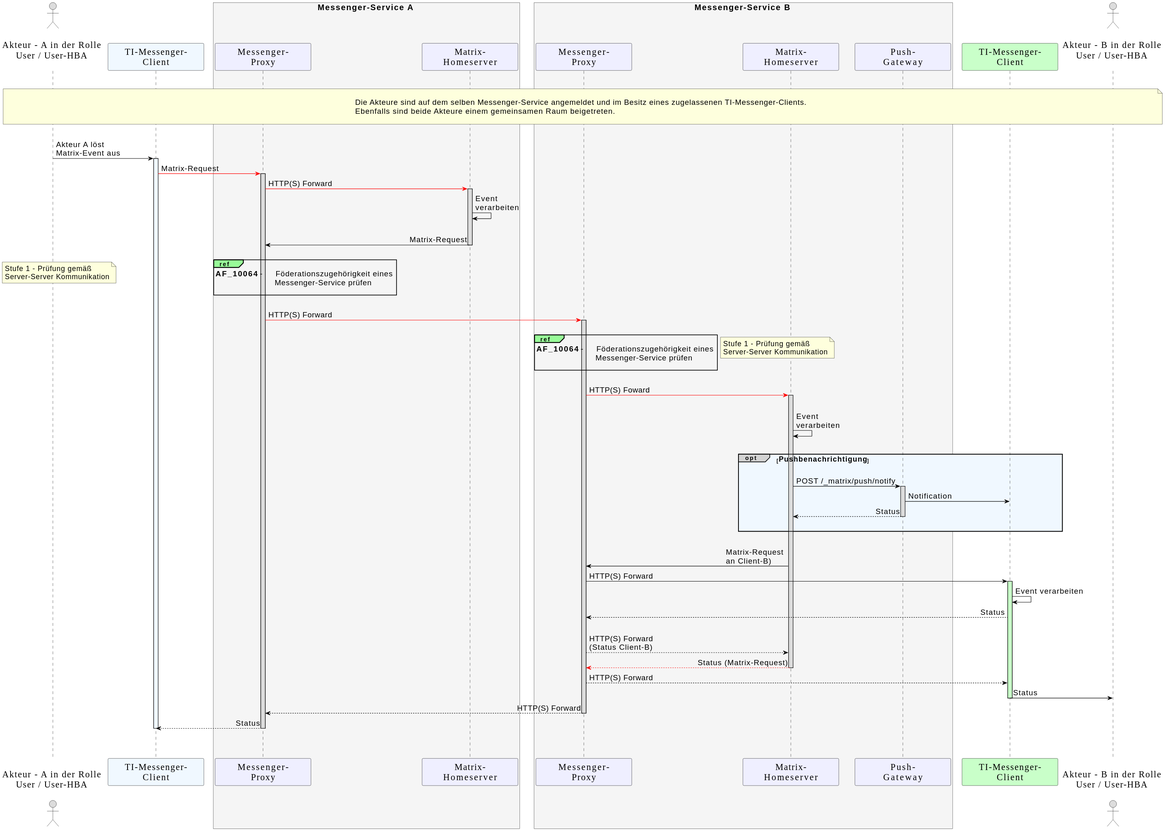
Before: images/diagrams/TI-Messenger-Dienst/Ressourcen/UC_10062_Seq.svg, a diagram exported from PlantUML (gematik/api-ti-messenger).
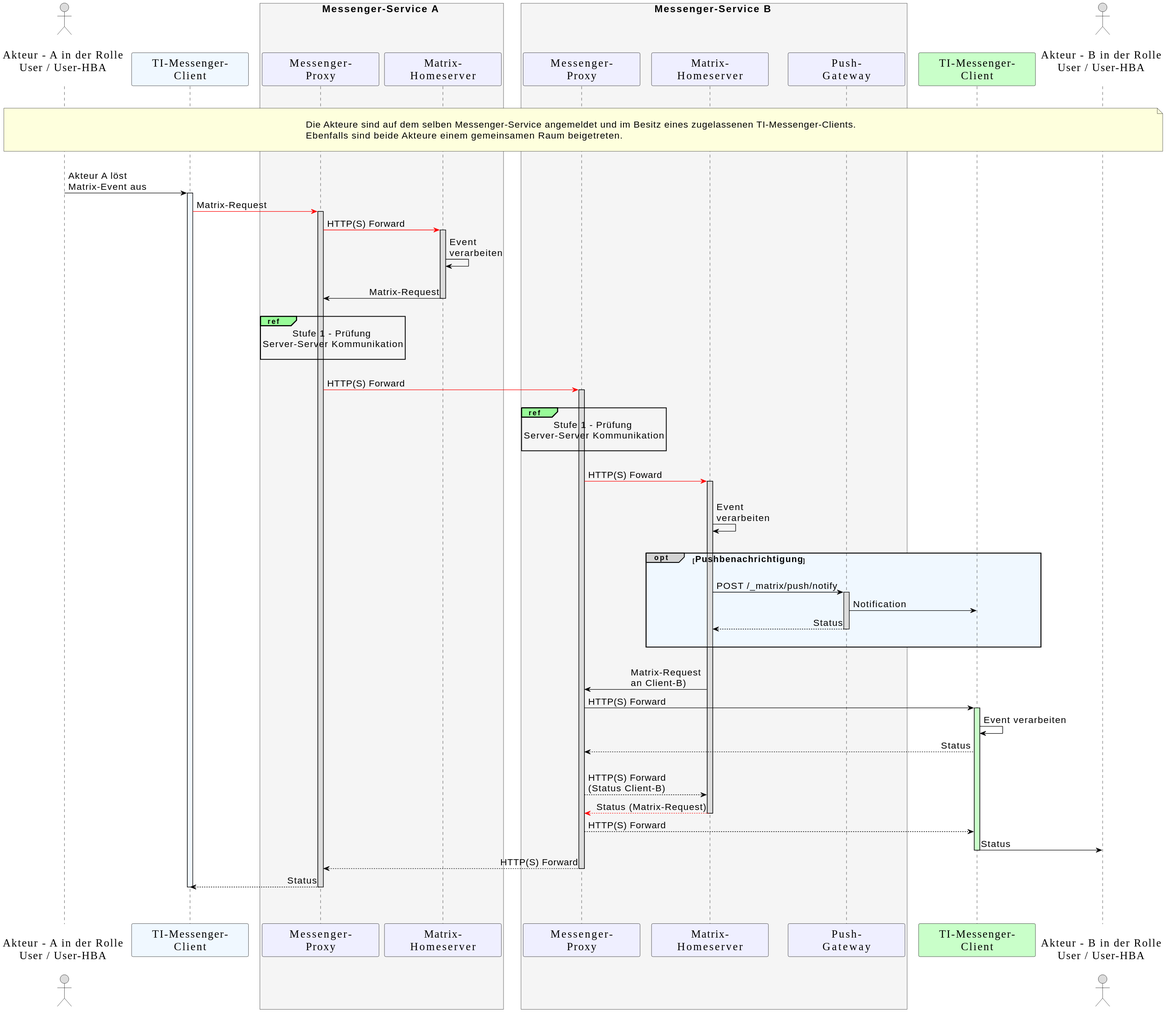
The same file after the commit.

What changed in the source:
```diff
@@ -54,14 +54,12 @@
   MH1->MP1: Matrix-Request
     deactivate MH1
     |||
-    ref over MP1, MP1: <size:17>**AF_10064** - \tFöderationszugehörigkeit eines \n<size:17>        \tMessenger-Service prüfen</size>\n
-    note left: <size:16>Stufe 1 - Prüfung gemäß </size>\n<size:16>Server-Server Kommunikation</size>
+    ref over MP1, MP1: <size:17>Stufe 1 - Prüfung \n<size:17>Server-Server Kommunikation</size>\n
   |||
   MP1-[#red]>MP2: HTTP(S) Forward
     activate MP2
   |||
-  ref over MP2, MP2: <size:17>**AF_10064** - \tFöderationszugehörigkeit eines \n<size:17>        \tMessenger-Service prüfen</size>\n
-  note right: <size:16>Stufe 1 - Prüfung gemäß </size>\n<size:16>Server-Server Kommunikation</size>
+  ref over MP2, MP2: <size:17>Stufe 1 - Prüfung \n<size:17>Server-Server Kommunikation</size>\n
   |||
   MP2-[#red]>MH2: HTTP(S) Foward
   |||
```
